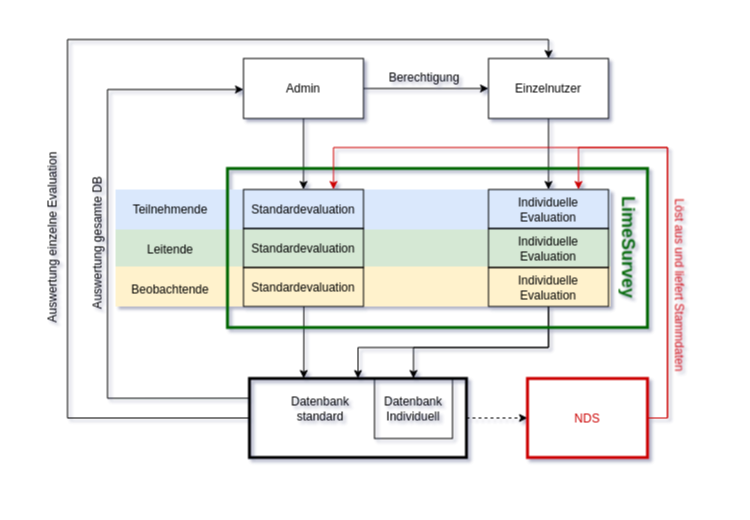
Before: Untitled Diagram.drawio in GordonWiegand/zeitwerte, a draw.io diagram. Source tidied: cells renumbered, new cells numbered last; positions are measured from the earlier drawing's top-left corner, leaving out a move shared by most shapes. Both pictures are drawn from the tidied source at 100%, with x=0, y=0 at pixel (-41, 28).
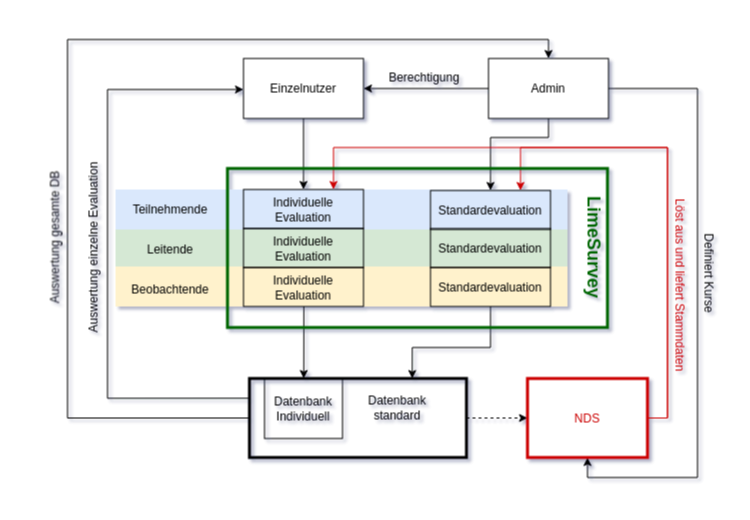
The same diagram, later.

The change refers to these unchanged cells:
```xml
<mxCell id="27" value="&lt;div&gt;&lt;/div&gt;" style="rounded=0;whiteSpace=wrap;html=1;fillColor=none;strokeWidth=3;" parent="1" vertex="1">
  <mxGeometry x="290" y="350" width="217" height="79" as="geometry" />
</mxCell>
<mxCell id="33" value="&lt;div&gt;NDS&lt;br&gt;&lt;/div&gt;" style="rounded=0;whiteSpace=wrap;html=1;strokeColor=#CC0000;strokeWidth=3;fontColor=#CC0000;" parent="1" vertex="1">
  <mxGeometry x="568" y="350" width="120" height="79" as="geometry" />
</mxCell>
```

Diff of the diagram source:
```diff
@@
     <mxCell id="2" style="rounded=0;whiteSpace=wrap;html=1;strokeColor=none;strokeWidth=3;fillColor=none;fontColor=#000000;" parent="1" vertex="1">
-      <mxGeometry x="58" width="690" height="469" as="geometry" />
+      <mxGeometry x="78" y="-11" width="690" height="480" as="geometry" />
     </mxCell>
@@
-    <mxCell id="4" style="edgeStyle=orthogonalEdgeStyle;rounded=0;jettySize=auto;html=1;" parent="1" edge="1" source="5" target="7">
-      <mxGeometry relative="1" as="geometry" />
-    </mxCell>
-    <mxCell id="5" value="Admin" style="rounded=0;whiteSpace=wrap;html=1;" parent="1" vertex="1">
+    <mxCell id="5" value="Einzelnutzer" style="rounded=0;whiteSpace=wrap;html=1;" parent="1" vertex="1">
       <mxGeometry x="284" y="30" width="120" height="60" as="geometry" />
     </mxCell>
     <mxCell id="6" style="edgeStyle=orthogonalEdgeStyle;rounded=0;jettySize=auto;html=1;entryX=0.5;entryY=0;entryDx=0;entryDy=0;" parent="1" edge="1" source="7" target="11">
-      <mxGeometry relative="1" as="geometry" />
+      <mxGeometry relative="1" as="geometry">
+        <Array as="points">
+          <mxPoint x="589" y="109" />
+          <mxPoint x="531" y="109" />
+        </Array>
+      </mxGeometry>
     </mxCell>
+    <mxCell id="38" style="edgeStyle=orthogonalEdgeStyle;rounded=0;jettySize=auto;html=1;entryX=1;entryY=0.5;entryDx=0;entryDy=0;" parent="1" edge="1" source="7" target="5">
+      <mxGeometry relative="1" as="geometry" />
+    </mxCell>
+    <mxCell id="39" style="edgeStyle=orthogonalEdgeStyle;rounded=0;jettySize=auto;html=1;entryX=0.5;entryY=1;entryDx=0;entryDy=0;" parent="1" edge="1" source="7" target="33">
+      <mxGeometry relative="1" as="geometry">
+        <Array as="points">
+          <mxPoint x="738" y="60" />
+          <mxPoint x="738" y="449" />
+          <mxPoint x="628" y="449" />
+        </Array>
+      </mxGeometry>
+    </mxCell>
-    <mxCell id="7" value="Einzelnutzer" style="rounded=0;whiteSpace=wrap;html=1;" parent="1" vertex="1">
+    <mxCell id="7" value="Admin" style="rounded=0;whiteSpace=wrap;html=1;" parent="1" vertex="1">
       <mxGeometry x="529" y="30" width="120" height="60" as="geometry" />
     </mxCell>
     <mxCell id="8" style="rounded=0;whiteSpace=wrap;html=1;fillColor=#d5e8d4;strokeColor=none;" parent="1" vertex="1">
-      <mxGeometry x="156" y="201" width="495" height="39" as="geometry" />
+      <mxGeometry x="156" y="201" width="452" height="39" as="geometry" />
     </mxCell>
     <mxCell id="9" style="rounded=0;whiteSpace=wrap;html=1;fillColor=#fff2cc;strokeColor=none;" parent="1" vertex="1">
-      <mxGeometry x="156" y="238" width="495" height="40" as="geometry" />
+      <mxGeometry x="156" y="238" width="452" height="40" as="geometry" />
     </mxCell>
     <mxCell id="10" style="rounded=0;whiteSpace=wrap;html=1;fillColor=#dae8fc;strokeColor=none;" parent="1" vertex="1">
-      <mxGeometry x="156" y="161" width="495" height="40" as="geometry" />
+      <mxGeometry x="156" y="161" width="452" height="40" as="geometry" />
     </mxCell>
-    <mxCell id="11" value="Individuelle Evaluation&lt;br&gt;" style="rounded=0;whiteSpace=wrap;html=1;fillColor=none;" parent="1" vertex="1">
-      <mxGeometry x="529" y="161" width="120" height="39" as="geometry" />
+    <mxCell id="11" value="Standardevaluation" style="rounded=0;whiteSpace=wrap;html=1;fillColor=none;" parent="1" vertex="1">
+      <mxGeometry x="471" y="162" width="120" height="39" as="geometry" />
     </mxCell>
-    <mxCell id="12" value="Standardevaluation" style="rounded=0;whiteSpace=wrap;html=1;fillColor=none;" parent="1" vertex="1">
+    <mxCell id="12" value="Individuelle Evaluation" style="rounded=0;whiteSpace=wrap;html=1;fillColor=none;" parent="1" vertex="1">
       <mxGeometry x="284" y="161" width="120" height="39" as="geometry" />
     </mxCell>
@@
-    <mxCell id="16" value="&lt;span&gt;Standardevaluation&lt;/span&gt;" style="rounded=0;whiteSpace=wrap;html=1;fillColor=none;" parent="1" vertex="1">
+    <mxCell id="16" value="Individuelle Evaluation" style="rounded=0;whiteSpace=wrap;html=1;fillColor=none;" parent="1" vertex="1">
       <mxGeometry x="284" y="200" width="120" height="39" as="geometry" />
     </mxCell>
-    <mxCell id="17" value="Individuelle &lt;span&gt;Evaluation&lt;/span&gt;&lt;br&gt;" style="rounded=0;whiteSpace=wrap;html=1;fillColor=none;" parent="1" vertex="1">
-      <mxGeometry x="529" y="200" width="120" height="39" as="geometry" />
+    <mxCell id="17" value="Standardevaluation" style="rounded=0;whiteSpace=wrap;html=1;fillColor=none;" parent="1" vertex="1">
+      <mxGeometry x="471" y="200" width="120" height="39" as="geometry" />
     </mxCell>
@@
-    <mxCell id="19" value="&lt;span&gt;Standardevaluation&lt;/span&gt;" style="rounded=0;whiteSpace=wrap;html=1;fillColor=none;" parent="1" vertex="1">
+    <mxCell id="19" value="Individuelle Evaluation" style="rounded=0;whiteSpace=wrap;html=1;fillColor=none;" parent="1" vertex="1">
       <mxGeometry x="284" y="239" width="120" height="39" as="geometry" />
     </mxCell>
-    <mxCell id="20" style="edgeStyle=orthogonalEdgeStyle;rounded=0;jettySize=auto;html=1;exitX=0.5;exitY=1;exitDx=0;exitDy=0;entryX=0.5;entryY=0;entryDx=0;entryDy=0;" parent="1" edge="1" source="22" target="27">
+    <mxCell id="20" style="edgeStyle=orthogonalEdgeStyle;rounded=0;jettySize=auto;html=1;exitX=0.5;exitY=1;exitDx=0;exitDy=0;entryX=0.75;entryY=0;entryDx=0;entryDy=0;" parent="1" edge="1" source="22" target="27">
       <mxGeometry relative="1" as="geometry">
         <Array as="points">
-          <mxPoint x="589" y="319" />
-          <mxPoint x="398" y="319" />
+          <mxPoint x="531" y="319" />
+          <mxPoint x="453" y="319" />
         </Array>
       </mxGeometry>
     </mxCell>
-    <mxCell id="21" style="edgeStyle=orthogonalEdgeStyle;rounded=0;jettySize=auto;html=1;entryX=0.5;entryY=0;entryDx=0;entryDy=0;fontColor=#000000;exitX=0.5;exitY=1;exitDx=0;exitDy=0;" parent="1" edge="1" source="22" target="28">
-      <mxGeometry relative="1" as="geometry">
-        <Array as="points">
-          <mxPoint x="589" y="319" />
-          <mxPoint x="454" y="319" />
-        </Array>
-      </mxGeometry>
-    </mxCell>
-    <mxCell id="22" value="Individuelle &lt;span&gt;Evaluation&lt;/span&gt;&lt;br&gt;" style="rounded=0;whiteSpace=wrap;html=1;fillColor=none;" parent="1" vertex="1">
-      <mxGeometry x="529" y="239" width="120" height="39" as="geometry" />
+    <mxCell id="22" value="Standardevaluation" style="rounded=0;whiteSpace=wrap;html=1;fillColor=none;" parent="1" vertex="1">
+      <mxGeometry x="471" y="239" width="120" height="39" as="geometry" />
     </mxCell>
@@
     <mxCell id="28" value="&lt;div&gt;Datenbank&lt;/div&gt;&lt;div&gt;Individuell&lt;/div&gt;" style="rounded=0;whiteSpace=wrap;html=1;fillColor=none;" parent="1" vertex="1">
-      <mxGeometry x="415" y="350" width="78" height="60" as="geometry" />
+      <mxGeometry x="305" y="350" width="78" height="60" as="geometry" />
     </mxCell>
     <mxCell id="29" value="Auswertung gesamte DB&lt;br&gt;" style="text;html=1;strokeColor=none;fillColor=none;align=center;verticalAlign=middle;whiteSpace=wrap;rounded=0;rotation=-90;" parent="1" vertex="1">
-      <mxGeometry x="68" y="204.5" width="140" height="20" as="geometry" />
+      <mxGeometry x="26" y="199" width="140" height="20" as="geometry" />
     </mxCell>
     <mxCell id="30" value="Auswertung einzelne&amp;nbsp;&lt;span&gt;Evaluation&lt;/span&gt;&lt;br&gt;" style="text;html=1;strokeColor=none;fillColor=none;align=center;verticalAlign=middle;whiteSpace=wrap;rounded=0;rotation=-90;" parent="1" vertex="1">
-      <mxGeometry y="199" width="186" height="20" as="geometry" />
+      <mxGeometry x="41" y="209" width="186" height="20" as="geometry" />
     </mxCell>
     <mxCell id="31" value="Datenbank standard&lt;br&gt;" style="text;html=1;strokeColor=none;fillColor=none;align=center;verticalAlign=middle;whiteSpace=wrap;rounded=0;fontColor=#000000;" parent="1" vertex="1">
-      <mxGeometry x="341" y="370" width="40" height="20" as="geometry" />
+      <mxGeometry x="418" y="369" width="40" height="20" as="geometry" />
     </mxCell>
     <mxCell id="32" value="LimeSurvey" style="text;html=1;strokeColor=none;fillColor=none;align=center;verticalAlign=middle;whiteSpace=wrap;rounded=0;rotation=90;fontColor=#006600;fontStyle=1;fontSize=18;" parent="1" vertex="1">
-      <mxGeometry x="609" y="209" width="120" height="20" as="geometry" />
+      <mxGeometry x="574" y="209" width="120" height="20" as="geometry" />
     </mxCell>
@@
-    <mxCell id="35" style="rounded=0;whiteSpace=wrap;html=1;fillColor=none;strokeColor=#006600;strokeWidth=3;" parent="1" vertex="1">
-      <mxGeometry x="268" y="140" width="420" height="159" as="geometry" />
-    </mxCell>
@@
     <mxCell id="37" style="edgeStyle=orthogonalEdgeStyle;rounded=0;jettySize=auto;html=1;entryX=0.75;entryY=0;entryDx=0;entryDy=0;exitX=1;exitY=0.5;exitDx=0;exitDy=0;fontColor=#CC0000;strokeColor=#CC0000;" parent="1" edge="1" source="33" target="11">
       <mxGeometry relative="1" as="geometry">
         <Array as="points">
           <mxPoint x="708" y="389" />
           <mxPoint x="708" y="119" />
-          <mxPoint x="619" y="119" />
+          <mxPoint x="561" y="119" />
         </Array>
       </mxGeometry>
     </mxCell>
+    <mxCell id="40" value="Definiert Kurse" style="text;html=1;strokeColor=none;fillColor=none;align=center;verticalAlign=middle;whiteSpace=wrap;rounded=0;rotation=90;" parent="1" vertex="1">
+      <mxGeometry x="704.5" y="234.5" width="90" height="20" as="geometry" />
+    </mxCell>
+    <mxCell id="35" style="rounded=0;whiteSpace=wrap;html=1;fillColor=none;strokeColor=#006600;strokeWidth=3;" parent="1" vertex="1">
+      <mxGeometry x="268" y="140" width="380" height="159" as="geometry" />
+    </mxCell>
```
